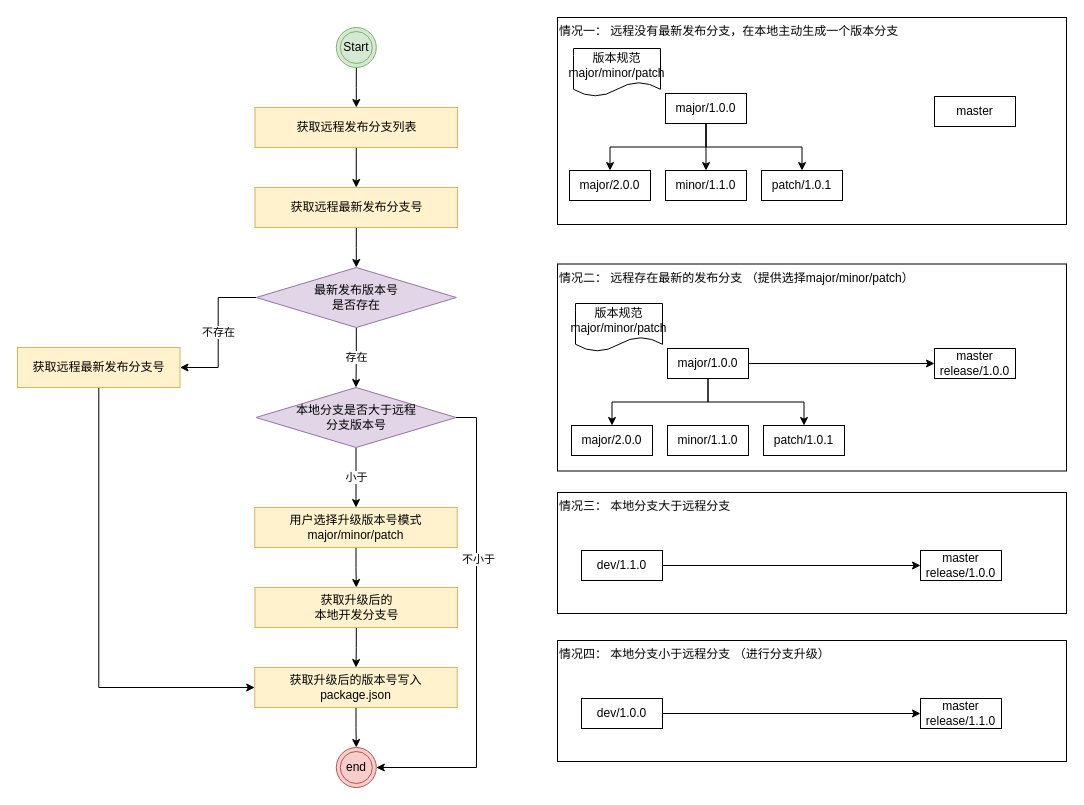
AKclown/ak-cli keeps this draw.io diagram as doc/diagram/gitFlow-version逻辑.drawio. Above is the earlier version. Source tidied: cells renumbered, new cells numbered last; positions are measured from the earlier drawing's top-left corner, leaving out a move shared by most shapes. Both pictures are drawn from the tidied source at 100%, with x=0, y=0 at pixel (17, 17).
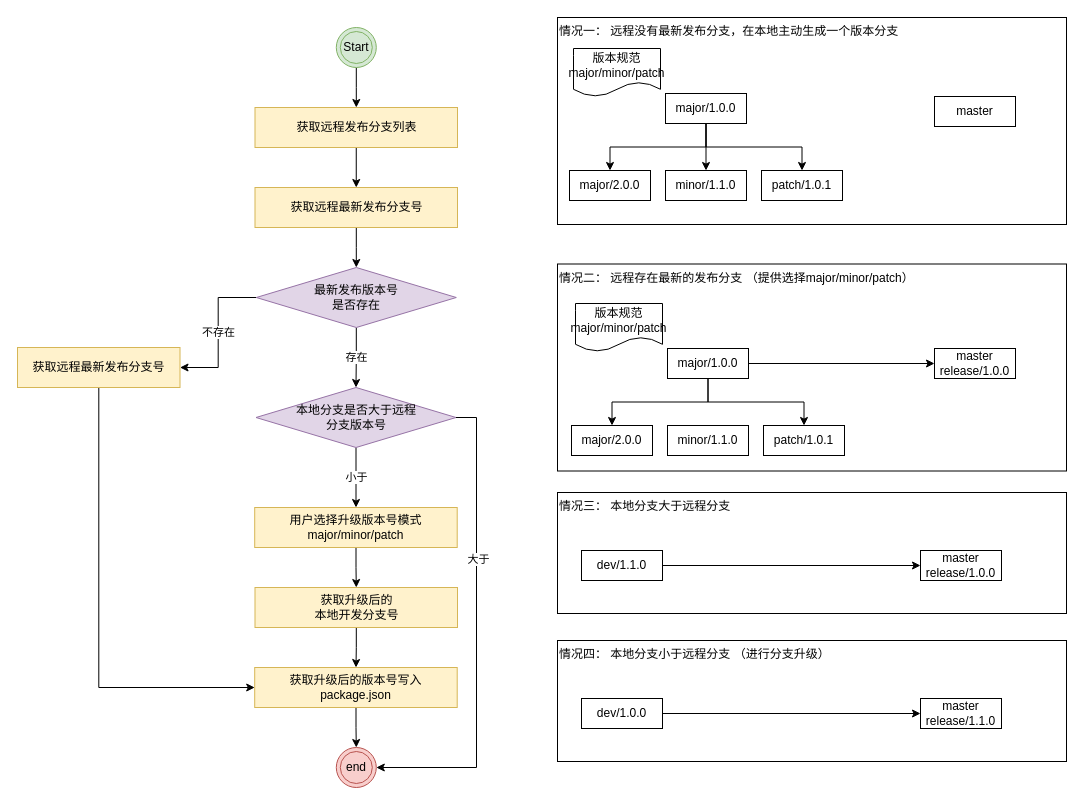
The same page after the edit.

Commit message (it also covers changes not shown here):
feat: 自动升级分支版本号，完成git flow version的逻辑步骤

Unchanged cells that the change refers to:
```xml
<mxCell id="13" style="edgeStyle=orthogonalEdgeStyle;rounded=0;jettySize=auto;html=1;entryX=1;entryY=0.5;entryDx=0;entryDy=0;" parent="1" edge="1" source="15" target="24">
  <mxGeometry relative="1" as="geometry">
    <Array as="points">
      <mxPoint x="459" y="400" />
      <mxPoint x="459" y="750" />
    </Array>
  </mxGeometry>
</mxCell>
```

The edit, as a diff of the source:
```diff
@@
-    <mxCell id="14" value="不小于" style="edgeLabel;html=1;align=center;verticalAlign=middle;" parent="13" vertex="1">
+    <mxCell id="14" value="大于" style="edgeLabel;html=1;align=center;verticalAlign=middle;" parent="13" vertex="1">
       <mxGeometry x="-0.31" y="1" relative="1" as="geometry" />
     </mxCell>
```
